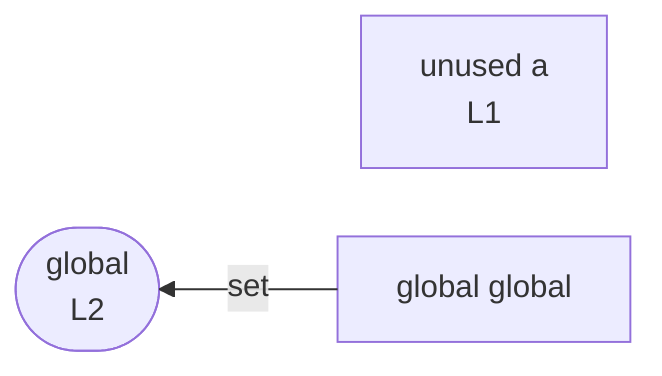
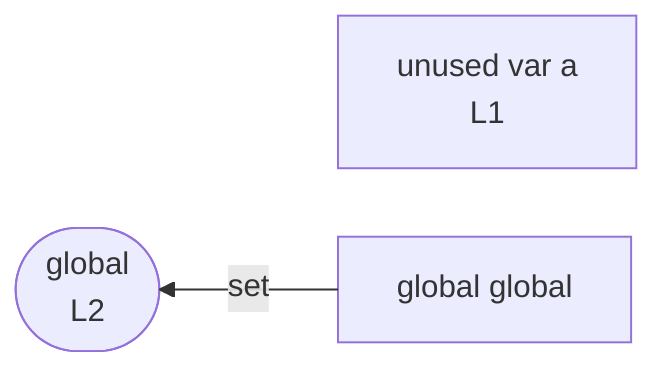
%%{init: {"flowchart": {"defaultRenderer": "elk"}}}%%
flowchart RL
-   n_scope_0_a_4["unused a<br/>L1"]
+   n_scope_0_a_4["unused var a<br/>L1"]
  n_scope_0_global_11["global global"]
  wr_ref_0(["global<br/>L2"])
  n_scope_0_global_11 -->|set| wr_ref_0
